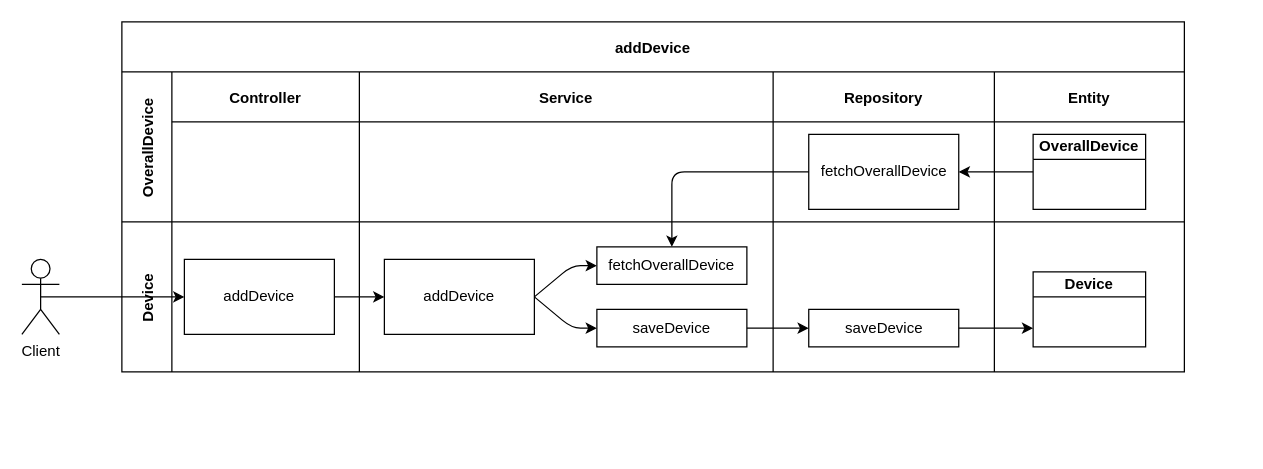
Earlier version of the draw.io diagram media/ASD_addDevice.drawio (MiloSimons/educom-ecopowrrr). Source tidied: cells renumbered, new cells numbered last; positions are measured from the earlier drawing's top-left corner, leaving out a move shared by most shapes. Both pictures are drawn from the tidied source at 125%, with x=0, y=0 at pixel (21, 21).
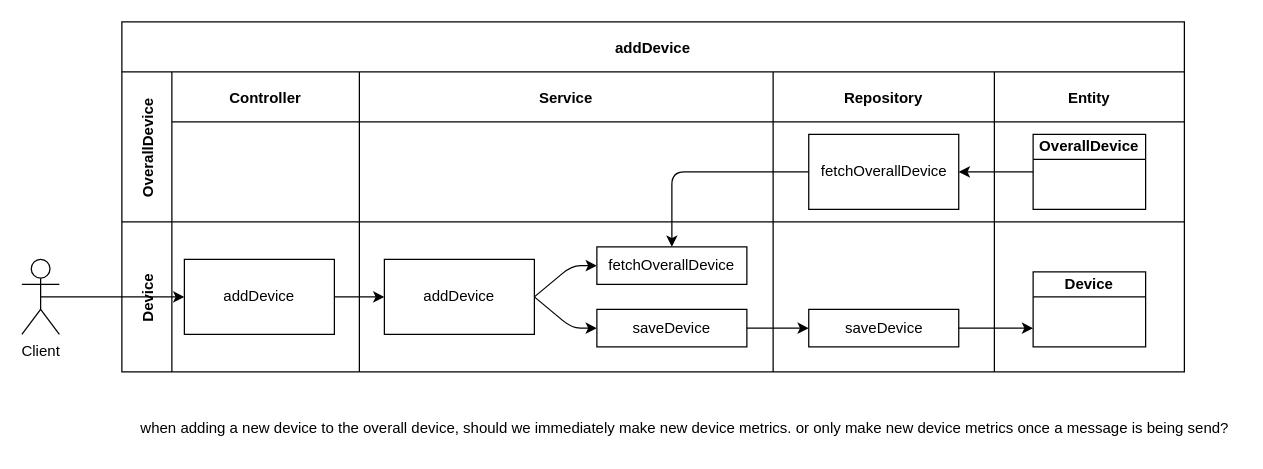
After the change.

Commit message (it also covers changes not shown here):
add Device including an addDevice command

Diff of the diagram source:
```diff
@@
+    <mxCell id="30" value="when adding a new device to the overall device, should we immediately make new device metrics. or only make new device metrics once a message is being send?" style="text;html=1;align=center;verticalAlign=middle;strokeColor=none;fillColor=none;" parent="1" vertex="1">
+      <mxGeometry x="85" y="310" width="890" height="30" as="geometry" />
+    </mxCell>
```
